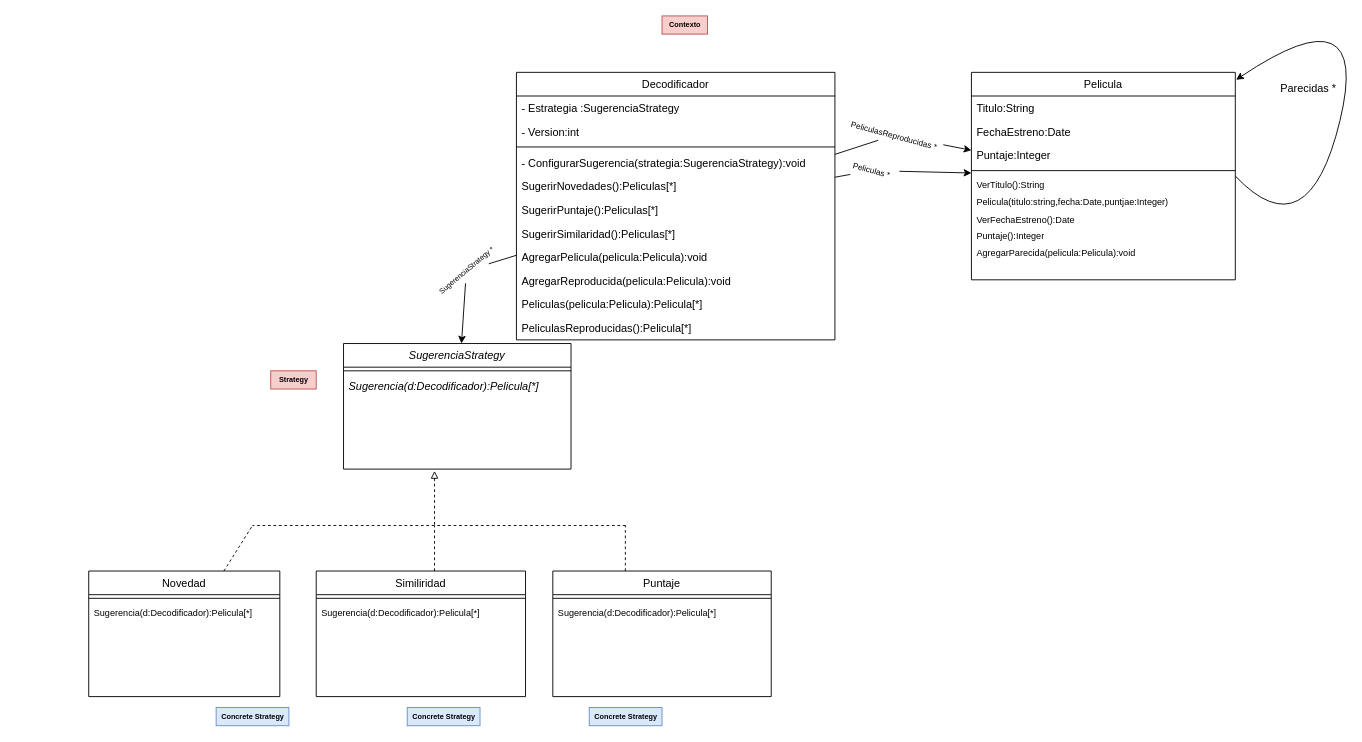
Above: p3e4.drawio in santolp/oo2 (draw.io), before the change. Source tidied: cells renumbered, new cells numbered last; positions are measured from the earlier drawing's top-left corner, leaving out a move shared by most shapes. Both pictures are drawn from the tidied source at 91%, with x=0, y=0 at pixel (88, -12).
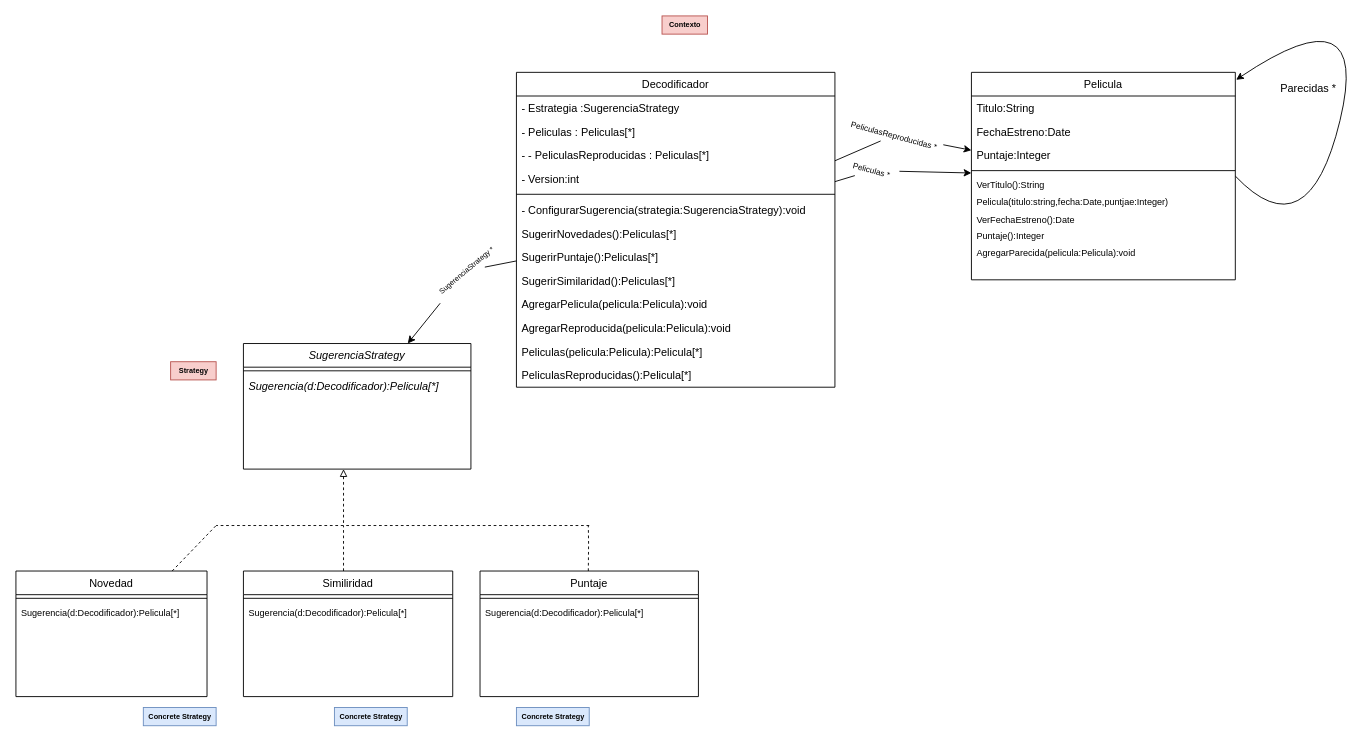
After the change.

What changed in the source:
```diff
@@
     <mxCell id="2" value="Decodificador" style="swimlane;fontStyle=0;align=center;verticalAlign=top;horizontal=1;startSize=26;rounded=0;shadow=0;strokeWidth=1;" parent="1" vertex="1">
-      <mxGeometry x="470" y="92" width="350" height="294" as="geometry" />
+      <mxGeometry x="470" y="92" width="350" height="346" as="geometry" />
     </mxCell>
@@
+    <mxCell id="57" value="- Peliculas : Peliculas[*]" style="text;align=left;verticalAlign=top;spacingLeft=4;spacingRight=4;overflow=hidden;" parent="2" vertex="1">
+      <mxGeometry y="52" width="350" height="26" as="geometry" />
+    </mxCell>
+    <mxCell id="58" value="- - PeliculasReproducidas : Peliculas[*]" style="text;align=left;verticalAlign=top;spacingLeft=4;spacingRight=4;overflow=hidden;" parent="2" vertex="1">
+      <mxGeometry y="78" width="350" height="26" as="geometry" />
+    </mxCell>
     <mxCell id="4" value="- Version:int" style="text;align=left;verticalAlign=top;spacingLeft=4;spacingRight=4;overflow=hidden;" parent="2" vertex="1">
-      <mxGeometry y="52" width="350" height="26" as="geometry" />
+      <mxGeometry y="104" width="350" height="26" as="geometry" />
     </mxCell>
     <mxCell id="5" style="line;html=1;strokeWidth=1;align=left;verticalAlign=middle;spacingTop=-1;spacingLeft=3;spacingRight=3;labelPosition=right;" parent="2" vertex="1">
-      <mxGeometry y="78" width="350" height="8" as="geometry" />
+      <mxGeometry y="130" width="350" height="8" as="geometry" />
     </mxCell>
     <mxCell id="6" value="- ConfigurarSugerencia(strategia:SugerenciaStrategy):void" style="text;align=left;verticalAlign=top;spacingLeft=4;spacingRight=4;overflow=hidden;" parent="2" vertex="1">
-      <mxGeometry y="86" width="350" height="26" as="geometry" />
+      <mxGeometry y="138" width="350" height="26" as="geometry" />
     </mxCell>
     <mxCell id="7" value="SugerirNovedades():Peliculas[*]" style="text;align=left;verticalAlign=top;spacingLeft=4;spacingRight=4;overflow=hidden;" parent="2" vertex="1">
-      <mxGeometry y="112" width="350" height="26" as="geometry" />
+      <mxGeometry y="164" width="350" height="26" as="geometry" />
     </mxCell>
     <mxCell id="8" value="SugerirPuntaje():Peliculas[*]" style="text;align=left;verticalAlign=top;spacingLeft=4;spacingRight=4;overflow=hidden;" parent="2" vertex="1">
-      <mxGeometry y="138" width="350" height="26" as="geometry" />
+      <mxGeometry y="190" width="350" height="26" as="geometry" />
     </mxCell>
     <mxCell id="9" value="SugerirSimilaridad():Peliculas[*]" style="text;align=left;verticalAlign=top;spacingLeft=4;spacingRight=4;overflow=hidden;" parent="2" vertex="1">
-      <mxGeometry y="164" width="350" height="26" as="geometry" />
+      <mxGeometry y="216" width="350" height="26" as="geometry" />
     </mxCell>
     <mxCell id="10" value="AgregarPelicula(pelicula:Pelicula):void" style="text;align=left;verticalAlign=top;spacingLeft=4;spacingRight=4;overflow=hidden;" parent="2" vertex="1">
-      <mxGeometry y="190" width="350" height="26" as="geometry" />
+      <mxGeometry y="242" width="350" height="26" as="geometry" />
     </mxCell>
     <mxCell id="11" value="AgregarReproducida(pelicula:Pelicula):void" style="text;align=left;verticalAlign=top;spacingLeft=4;spacingRight=4;overflow=hidden;" parent="2" vertex="1">
-      <mxGeometry y="216" width="350" height="26" as="geometry" />
+      <mxGeometry y="268" width="350" height="26" as="geometry" />
     </mxCell>
     <mxCell id="12" value="Peliculas(pelicula:Pelicula):Pelicula[*]" style="text;align=left;verticalAlign=top;spacingLeft=4;spacingRight=4;overflow=hidden;" parent="2" vertex="1">
-      <mxGeometry y="242" width="350" height="26" as="geometry" />
+      <mxGeometry y="294" width="350" height="26" as="geometry" />
     </mxCell>
     <mxCell id="13" value="PeliculasReproducidas():Pelicula[*]" style="text;align=left;verticalAlign=top;spacingLeft=4;spacingRight=4;overflow=hidden;" parent="2" vertex="1">
-      <mxGeometry y="268" width="350" height="26" as="geometry" />
+      <mxGeometry y="320" width="350" height="26" as="geometry" />
     </mxCell>
@@
     <mxCell id="24" value="SugerenciaStrategy" style="swimlane;fontStyle=2;align=center;verticalAlign=top;horizontal=1;startSize=26;rounded=0;shadow=0;strokeWidth=1;" parent="1" vertex="1">
-      <mxGeometry x="280" y="390" width="250" height="138" as="geometry" />
+      <mxGeometry x="170" y="390" width="250" height="138" as="geometry" />
     </mxCell>
@@
     <mxCell id="27" value="Novedad" style="swimlane;fontStyle=0;align=center;verticalAlign=middle;horizontal=1;startSize=26;rounded=0;shadow=0;strokeWidth=1;" parent="1" vertex="1">
-      <mxGeometry y="640" width="210" height="138" as="geometry" />
+      <mxGeometry x="-80" y="640" width="210" height="138" as="geometry" />
     </mxCell>
@@
     <mxCell id="30" value="Similiridad" style="swimlane;fontStyle=0;align=center;verticalAlign=middle;horizontal=1;startSize=26;rounded=0;shadow=0;strokeWidth=1;" parent="1" vertex="1">
-      <mxGeometry x="250" y="640" width="230" height="138" as="geometry" />
+      <mxGeometry x="170" y="640" width="230" height="138" as="geometry" />
     </mxCell>
@@
     <mxCell id="33" value="Puntaje" style="swimlane;fontStyle=0;align=center;verticalAlign=middle;horizontal=1;startSize=26;rounded=0;shadow=0;strokeWidth=1;" parent="1" vertex="1">
-      <mxGeometry x="510" y="640" width="240" height="138" as="geometry" />
+      <mxGeometry x="430" y="640" width="240" height="138" as="geometry" />
     </mxCell>
@@
     <mxCell id="36" style="endArrow=none;html=1;rounded=0;dashed=1;" parent="1" edge="1" source="27">
       <mxGeometry relative="1" as="geometry">
-        <mxPoint x="180" y="590" as="targetPoint" />
+        <mxPoint x="140" y="590" as="targetPoint" />
       </mxGeometry>
     </mxCell>
     <mxCell id="37" style="endArrow=none;html=1;rounded=0;dashed=1;" parent="1" edge="1">
       <mxGeometry relative="1" as="geometry">
-        <mxPoint x="380" y="640" as="sourcePoint" />
-        <mxPoint x="380" y="590" as="targetPoint" />
+        <mxPoint x="280" y="640" as="sourcePoint" />
+        <mxPoint x="280" y="590" as="targetPoint" />
       </mxGeometry>
     </mxCell>
     <mxCell id="38" style="endArrow=none;html=1;rounded=0;dashed=1;" parent="1" edge="1">
       <mxGeometry relative="1" as="geometry">
-        <mxPoint x="589.7" y="640" as="sourcePoint" />
-        <mxPoint x="589.7" y="590" as="targetPoint" />
+        <mxPoint x="549" y="640" as="sourcePoint" />
+        <mxPoint x="549" y="590" as="targetPoint" />
+        <Array as="points">
+          <mxPoint x="549.3" y="610" />
+        </Array>
       </mxGeometry>
     </mxCell>
     <mxCell id="39" style="endArrow=none;html=1;rounded=0;dashed=1;" parent="1" edge="1">
       <mxGeometry relative="1" as="geometry">
-        <mxPoint x="590" y="590" as="sourcePoint" />
-        <mxPoint x="180" y="590" as="targetPoint" />
+        <mxPoint x="550" y="590" as="sourcePoint" />
+        <mxPoint x="140" y="590" as="targetPoint" />
       </mxGeometry>
     </mxCell>
     <mxCell id="40" style="endArrow=none;html=1;rounded=0;startArrow=block;startFill=0;dashed=1;" parent="1" edge="1">
       <mxGeometry relative="1" as="geometry">
-        <mxPoint x="380" y="530" as="sourcePoint" />
-        <mxPoint x="380" y="590" as="targetPoint" />
+        <mxPoint x="280" y="528" as="sourcePoint" />
+        <mxPoint x="280" y="588" as="targetPoint" />
       </mxGeometry>
     </mxCell>
@@
     <mxCell id="47" value="Strategy" style="text;html=1;align=center;verticalAlign=middle;strokeColor=#b85450;fillColor=#f8cecc;fontSize=8;fontStyle=1;" parent="1" vertex="1">
-      <mxGeometry x="200" y="420" width="50" height="20" as="geometry" />
+      <mxGeometry x="90" y="410" width="50" height="20" as="geometry" />
     </mxCell>
     <mxCell id="48" value="Concrete Strategy" style="text;html=1;align=center;verticalAlign=middle;strokeColor=#6c8ebf;fillColor=#dae8fc;fontSize=8;fontStyle=1;" parent="1" vertex="1">
-      <mxGeometry x="550" y="790" width="80" height="20" as="geometry" />
+      <mxGeometry x="470" y="790" width="80" height="20" as="geometry" />
     </mxCell>
     <mxCell id="49" value="Concrete Strategy" style="text;html=1;align=center;verticalAlign=middle;strokeColor=#6c8ebf;fillColor=#dae8fc;fontSize=8;fontStyle=1;" parent="1" vertex="1">
-      <mxGeometry x="350" y="790" width="80" height="20" as="geometry" />
+      <mxGeometry x="270" y="790" width="80" height="20" as="geometry" />
     </mxCell>
     <mxCell id="50" value="Concrete Strategy" style="text;html=1;align=center;verticalAlign=middle;strokeColor=#6c8ebf;fillColor=#dae8fc;fontSize=8;fontStyle=1;" parent="1" vertex="1">
-      <mxGeometry x="140" y="790" width="80" height="20" as="geometry" />
+      <mxGeometry x="60" y="790" width="80" height="20" as="geometry" />
     </mxCell>
```
